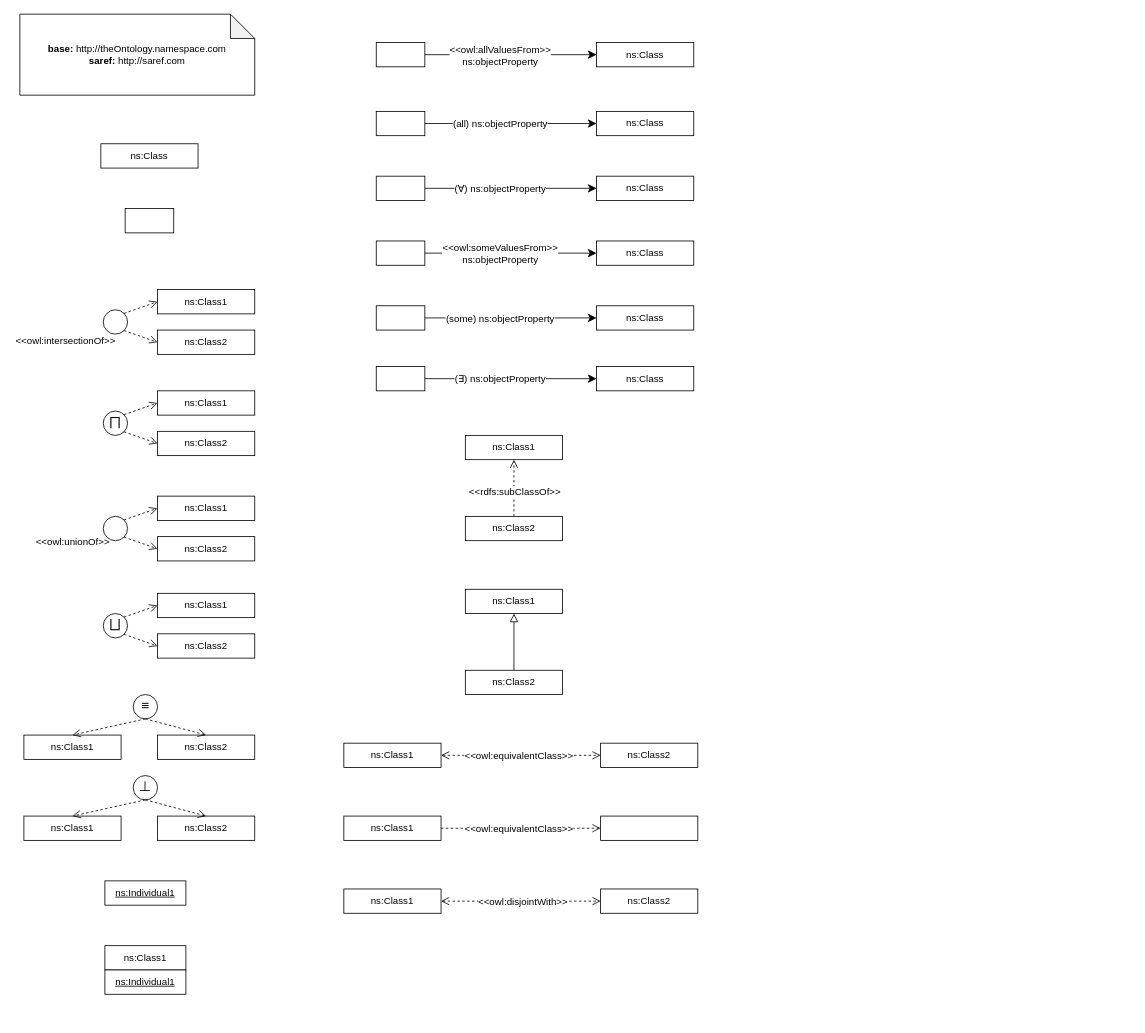
oeg-upm/Chowlk keeps this draw.io diagram as data/unit_tests.drawio. Above is the earlier version. Source tidied: cells renumbered, new cells numbered last; positions are measured from the earlier drawing's top-left corner, leaving out a move shared by most shapes. Both pictures are drawn from the tidied source at 81%, with x=0, y=0 at pixel (14, 14).
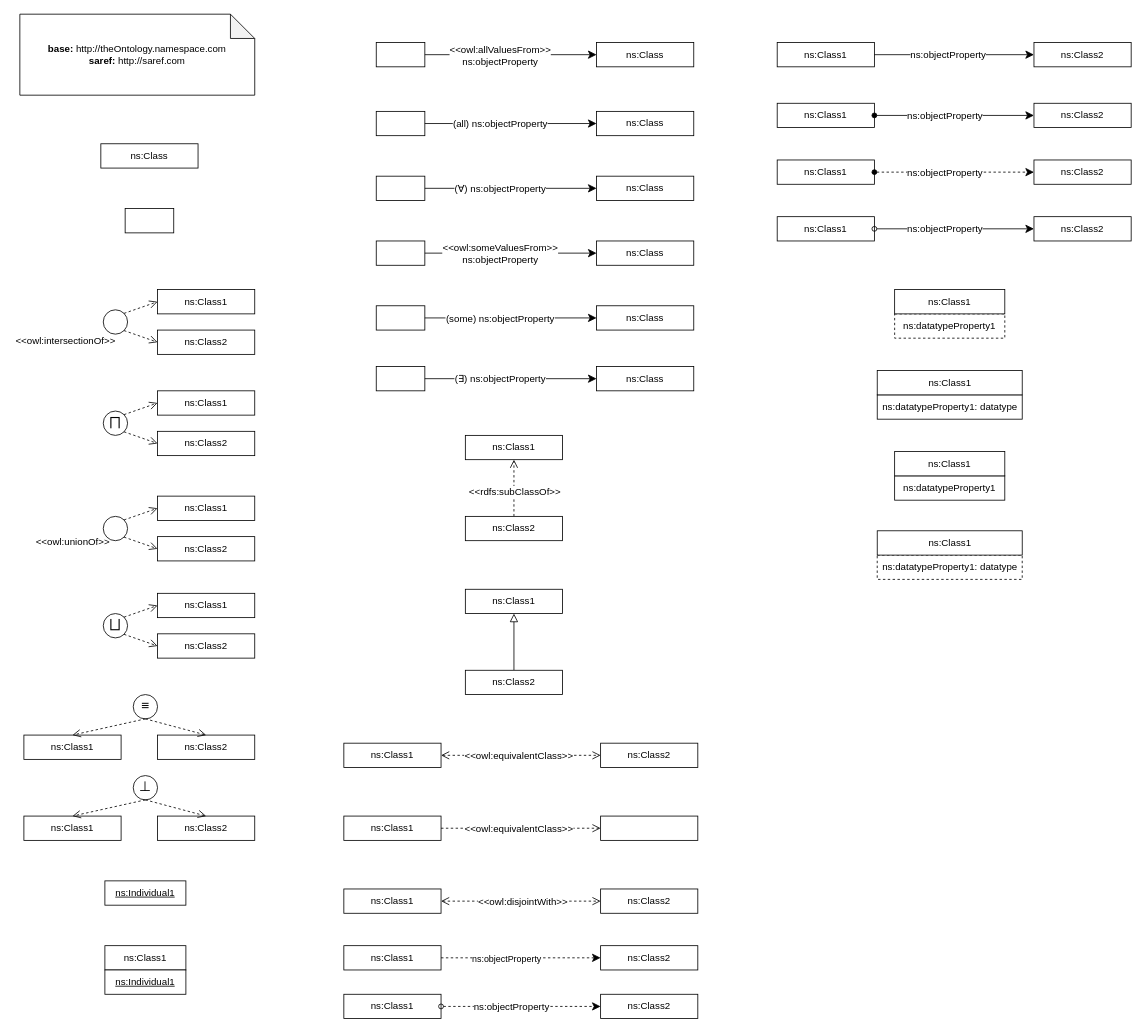
Above is the later version.

Diff of the diagram source:
```diff
@@
+    <mxCell id="83" value="ns:Class2" style="rounded=0;whiteSpace=wrap;html=1;snapToPoint=1;points=[[0.1,0],[0.2,0],[0.3,0],[0.4,0],[0.5,0],[0.6,0],[0.7,0],[0.8,0],[0.9,0],[0,0.1],[0,0.3],[0,0.5],[0,0.7],[0,0.9],[0.1,1],[0.2,1],[0.3,1],[0.4,1],[0.5,1],[0.6,1],[0.7,1],[0.8,1],[0.9,1],[1,0.1],[1,0.3],[1,0.5],[1,0.7],[1,0.9]];" parent="1" vertex="1">
+      <mxGeometry x="724" y="1150" width="120" height="30" as="geometry" />
+    </mxCell>
+    <mxCell id="84" value="ns:Class1" style="rounded=0;whiteSpace=wrap;html=1;snapToPoint=1;points=[[0.1,0],[0.2,0],[0.3,0],[0.4,0],[0.5,0],[0.6,0],[0.7,0],[0.8,0],[0.9,0],[0,0.1],[0,0.3],[0,0.5],[0,0.7],[0,0.9],[0.1,1],[0.2,1],[0.3,1],[0.4,1],[0.5,1],[0.6,1],[0.7,1],[0.8,1],[0.9,1],[1,0.1],[1,0.3],[1,0.5],[1,0.7],[1,0.9]];" parent="1" vertex="1">
+      <mxGeometry x="407" y="1150" width="120" height="30" as="geometry" />
+    </mxCell>
+    <mxCell id="85" style="endArrow=classic;html=1;exitX=1;exitY=0.5;exitDx=0;exitDy=0;entryX=0;entryY=0.5;entryDx=0;entryDy=0;endSize=8;dashed=1;" parent="1" edge="1" source="84" target="83">
+      <mxGeometry relative="1" as="geometry" />
+    </mxCell>
+    <mxCell id="86" value="&lt;div&gt;ns:objectProperty&lt;/div&gt;" style="edgeLabel;html=1;align=center;verticalAlign=middle;" parent="85" vertex="1">
+      <mxGeometry x="-0.19" y="-1" relative="1" as="geometry" />
+    </mxCell>
+    <mxCell id="87" value="ns:Class2" style="rounded=0;whiteSpace=wrap;html=1;snapToPoint=1;points=[[0.1,0],[0.2,0],[0.3,0],[0.4,0],[0.5,0],[0.6,0],[0.7,0],[0.8,0],[0.9,0],[0,0.1],[0,0.3],[0,0.5],[0,0.7],[0,0.9],[0.1,1],[0.2,1],[0.3,1],[0.4,1],[0.5,1],[0.6,1],[0.7,1],[0.8,1],[0.9,1],[1,0.1],[1,0.3],[1,0.5],[1,0.7],[1,0.9]];" parent="1" vertex="1">
+      <mxGeometry x="724" y="1210" width="120" height="30" as="geometry" />
+    </mxCell>
+    <mxCell id="88" value="ns:Class1" style="rounded=0;whiteSpace=wrap;html=1;snapToPoint=1;points=[[0.1,0],[0.2,0],[0.3,0],[0.4,0],[0.5,0],[0.6,0],[0.7,0],[0.8,0],[0.9,0],[0,0.1],[0,0.3],[0,0.5],[0,0.7],[0,0.9],[0.1,1],[0.2,1],[0.3,1],[0.4,1],[0.5,1],[0.6,1],[0.7,1],[0.8,1],[0.9,1],[1,0.1],[1,0.3],[1,0.5],[1,0.7],[1,0.9]];" parent="1" vertex="1">
+      <mxGeometry x="407" y="1210" width="120" height="30" as="geometry" />
+    </mxCell>
+    <mxCell id="89" style="endArrow=classic;html=1;exitX=1;exitY=0.5;exitDx=0;exitDy=0;entryX=0;entryY=0.5;entryDx=0;entryDy=0;endSize=8;dashed=1;startArrow=oval;startFill=0;" parent="1" edge="1" source="88" target="87">
+      <mxGeometry relative="1" as="geometry" />
+    </mxCell>
+    <mxCell id="90" value="&lt;div&gt;ns:objectProperty&lt;/div&gt;" style="text;html=1;align=center;verticalAlign=middle;labelBackgroundColor=#ffffff;" parent="89" vertex="1">
+      <mxGeometry x="-0.13" relative="1" as="geometry" />
+    </mxCell>
+    <mxCell id="91" value="ns:Class2" style="rounded=0;whiteSpace=wrap;html=1;snapToPoint=1;points=[[0.1,0],[0.2,0],[0.3,0],[0.4,0],[0.5,0],[0.6,0],[0.7,0],[0.8,0],[0.9,0],[0,0.1],[0,0.3],[0,0.5],[0,0.7],[0,0.9],[0.1,1],[0.2,1],[0.3,1],[0.4,1],[0.5,1],[0.6,1],[0.7,1],[0.8,1],[0.9,1],[1,0.1],[1,0.3],[1,0.5],[1,0.7],[1,0.9]];" parent="1" vertex="1">
+      <mxGeometry x="1259" y="35" width="120" height="30" as="geometry" />
+    </mxCell>
+    <mxCell id="92" value="ns:Class1" style="rounded=0;whiteSpace=wrap;html=1;snapToPoint=1;points=[[0.1,0],[0.2,0],[0.3,0],[0.4,0],[0.5,0],[0.6,0],[0.7,0],[0.8,0],[0.9,0],[0,0.1],[0,0.3],[0,0.5],[0,0.7],[0,0.9],[0.1,1],[0.2,1],[0.3,1],[0.4,1],[0.5,1],[0.6,1],[0.7,1],[0.8,1],[0.9,1],[1,0.1],[1,0.3],[1,0.5],[1,0.7],[1,0.9]];" parent="1" vertex="1">
+      <mxGeometry x="942" y="35" width="120" height="30" as="geometry" />
+    </mxCell>
+    <mxCell id="93" style="endArrow=classic;html=1;exitX=1;exitY=0.5;exitDx=0;exitDy=0;entryX=0;entryY=0.5;entryDx=0;entryDy=0;endSize=8;" parent="1" edge="1" source="92" target="91">
+      <mxGeometry relative="1" as="geometry" />
+    </mxCell>
+    <mxCell id="94" value="&lt;div&gt;ns:objectProperty&lt;/div&gt;" style="text;html=1;align=center;verticalAlign=middle;labelBackgroundColor=#ffffff;" parent="93" vertex="1">
+      <mxGeometry x="-0.13" relative="1" as="geometry">
+        <mxPoint x="4.2" as="offset" />
+      </mxGeometry>
+    </mxCell>
+    <mxCell id="95" value="ns:Class2" style="rounded=0;whiteSpace=wrap;html=1;snapToPoint=1;points=[[0.1,0],[0.2,0],[0.3,0],[0.4,0],[0.5,0],[0.6,0],[0.7,0],[0.8,0],[0.9,0],[0,0.1],[0,0.3],[0,0.5],[0,0.7],[0,0.9],[0.1,1],[0.2,1],[0.3,1],[0.4,1],[0.5,1],[0.6,1],[0.7,1],[0.8,1],[0.9,1],[1,0.1],[1,0.3],[1,0.5],[1,0.7],[1,0.9]];" parent="1" vertex="1">
+      <mxGeometry x="1259" y="110" width="120" height="30" as="geometry" />
+    </mxCell>
+    <mxCell id="96" value="ns:Class1" style="rounded=0;whiteSpace=wrap;html=1;snapToPoint=1;points=[[0.1,0],[0.2,0],[0.3,0],[0.4,0],[0.5,0],[0.6,0],[0.7,0],[0.8,0],[0.9,0],[0,0.1],[0,0.3],[0,0.5],[0,0.7],[0,0.9],[0.1,1],[0.2,1],[0.3,1],[0.4,1],[0.5,1],[0.6,1],[0.7,1],[0.8,1],[0.9,1],[1,0.1],[1,0.3],[1,0.5],[1,0.7],[1,0.9]];" parent="1" vertex="1">
+      <mxGeometry x="942" y="110" width="120" height="30" as="geometry" />
+    </mxCell>
+    <mxCell id="97" style="endArrow=classic;html=1;exitX=1;exitY=0.5;exitDx=0;exitDy=0;entryX=0;entryY=0.5;entryDx=0;entryDy=0;endSize=8;startArrow=oval;startFill=1;" parent="1" edge="1" source="96" target="95">
+      <mxGeometry relative="1" as="geometry" />
+    </mxCell>
+    <mxCell id="98" value="&lt;div&gt;ns:objectProperty&lt;/div&gt;" style="text;html=1;align=center;verticalAlign=middle;labelBackgroundColor=#ffffff;" parent="97" vertex="1">
+      <mxGeometry x="-0.13" relative="1" as="geometry" />
+    </mxCell>
+    <mxCell id="99" value="ns:Class2" style="rounded=0;whiteSpace=wrap;html=1;snapToPoint=1;points=[[0.1,0],[0.2,0],[0.3,0],[0.4,0],[0.5,0],[0.6,0],[0.7,0],[0.8,0],[0.9,0],[0,0.1],[0,0.3],[0,0.5],[0,0.7],[0,0.9],[0.1,1],[0.2,1],[0.3,1],[0.4,1],[0.5,1],[0.6,1],[0.7,1],[0.8,1],[0.9,1],[1,0.1],[1,0.3],[1,0.5],[1,0.7],[1,0.9]];" parent="1" vertex="1">
+      <mxGeometry x="1259" y="180" width="120" height="30" as="geometry" />
+    </mxCell>
+    <mxCell id="100" value="ns:Class1" style="rounded=0;whiteSpace=wrap;html=1;snapToPoint=1;points=[[0.1,0],[0.2,0],[0.3,0],[0.4,0],[0.5,0],[0.6,0],[0.7,0],[0.8,0],[0.9,0],[0,0.1],[0,0.3],[0,0.5],[0,0.7],[0,0.9],[0.1,1],[0.2,1],[0.3,1],[0.4,1],[0.5,1],[0.6,1],[0.7,1],[0.8,1],[0.9,1],[1,0.1],[1,0.3],[1,0.5],[1,0.7],[1,0.9]];" parent="1" vertex="1">
+      <mxGeometry x="942" y="180" width="120" height="30" as="geometry" />
+    </mxCell>
+    <mxCell id="101" style="endArrow=classic;html=1;exitX=1;exitY=0.5;exitDx=0;exitDy=0;entryX=0;entryY=0.5;entryDx=0;entryDy=0;endSize=8;startArrow=oval;startFill=1;dashed=1;" parent="1" edge="1" source="100" target="99">
+      <mxGeometry relative="1" as="geometry" />
+    </mxCell>
+    <mxCell id="102" value="&lt;div&gt;ns:objectProperty&lt;/div&gt;" style="text;html=1;align=center;verticalAlign=middle;labelBackgroundColor=#ffffff;" parent="101" vertex="1">
+      <mxGeometry x="-0.13" relative="1" as="geometry" />
+    </mxCell>
+    <mxCell id="103" value="ns:Class2" style="rounded=0;whiteSpace=wrap;html=1;snapToPoint=1;points=[[0.1,0],[0.2,0],[0.3,0],[0.4,0],[0.5,0],[0.6,0],[0.7,0],[0.8,0],[0.9,0],[0,0.1],[0,0.3],[0,0.5],[0,0.7],[0,0.9],[0.1,1],[0.2,1],[0.3,1],[0.4,1],[0.5,1],[0.6,1],[0.7,1],[0.8,1],[0.9,1],[1,0.1],[1,0.3],[1,0.5],[1,0.7],[1,0.9]];" parent="1" vertex="1">
+      <mxGeometry x="1259" y="250" width="120" height="30" as="geometry" />
+    </mxCell>
+    <mxCell id="104" value="ns:Class1" style="rounded=0;whiteSpace=wrap;html=1;snapToPoint=1;points=[[0.1,0],[0.2,0],[0.3,0],[0.4,0],[0.5,0],[0.6,0],[0.7,0],[0.8,0],[0.9,0],[0,0.1],[0,0.3],[0,0.5],[0,0.7],[0,0.9],[0.1,1],[0.2,1],[0.3,1],[0.4,1],[0.5,1],[0.6,1],[0.7,1],[0.8,1],[0.9,1],[1,0.1],[1,0.3],[1,0.5],[1,0.7],[1,0.9]];" parent="1" vertex="1">
+      <mxGeometry x="942" y="250" width="120" height="30" as="geometry" />
+    </mxCell>
+    <mxCell id="105" style="endArrow=classic;html=1;exitX=1;exitY=0.5;exitDx=0;exitDy=0;entryX=0;entryY=0.5;entryDx=0;entryDy=0;endSize=8;startArrow=oval;startFill=0;" parent="1" edge="1" source="104" target="103">
+      <mxGeometry relative="1" as="geometry" />
+    </mxCell>
+    <mxCell id="106" value="&lt;div&gt;ns:objectProperty&lt;/div&gt;" style="text;html=1;align=center;verticalAlign=middle;labelBackgroundColor=#ffffff;" parent="105" vertex="1">
+      <mxGeometry x="-0.13" relative="1" as="geometry" />
+    </mxCell>
+    <mxCell id="107" value="ns:datatypeProperty1" style="rounded=0;whiteSpace=wrap;html=1;dashed=1;" parent="1" vertex="1">
+      <mxGeometry x="1087" y="370" width="136" height="30" as="geometry" />
+    </mxCell>
+    <mxCell id="108" value="ns:Class1" style="rounded=0;whiteSpace=wrap;html=1;" parent="1" vertex="1">
+      <mxGeometry x="1087" y="340" width="136" height="30" as="geometry" />
+    </mxCell>
+    <mxCell id="109" value="ns:datatypeProperty1: datatype" style="rounded=0;whiteSpace=wrap;html=1;" parent="1" vertex="1">
+      <mxGeometry x="1065.5" y="470" width="179" height="30" as="geometry" />
+    </mxCell>
+    <mxCell id="110" value="ns:Class1" style="rounded=0;whiteSpace=wrap;html=1;" parent="1" vertex="1">
+      <mxGeometry x="1065.5" y="440" width="179" height="30" as="geometry" />
+    </mxCell>
+    <mxCell id="111" value="ns:datatypeProperty1" style="rounded=0;whiteSpace=wrap;html=1;" parent="1" vertex="1">
+      <mxGeometry x="1087" y="570" width="136" height="30" as="geometry" />
+    </mxCell>
+    <mxCell id="112" value="ns:Class1" style="rounded=0;whiteSpace=wrap;html=1;" parent="1" vertex="1">
+      <mxGeometry x="1087" y="540" width="136" height="30" as="geometry" />
+    </mxCell>
+    <mxCell id="113" value="ns:datatypeProperty1: datatype" style="rounded=0;whiteSpace=wrap;html=1;dashed=1;" parent="1" vertex="1">
+      <mxGeometry x="1065.5" y="667.8" width="179" height="30" as="geometry" />
+    </mxCell>
+    <mxCell id="114" value="ns:Class1" style="rounded=0;whiteSpace=wrap;html=1;" parent="1" vertex="1">
+      <mxGeometry x="1065.5" y="637.8" width="179" height="30" as="geometry" />
+    </mxCell>
```
